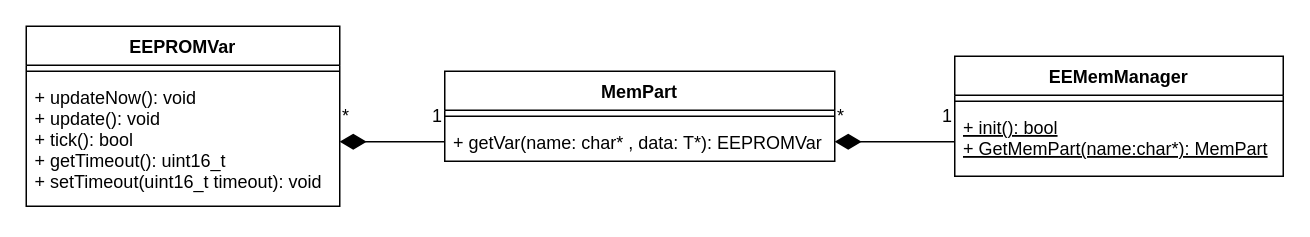
Earlier version of the draw.io diagram report/resources/sources/interface-cd.drawio (almiluk/bachelor_thesis). Source tidied: cells renumbered, new cells numbered last; positions are measured from the earlier drawing's top-left corner, leaving out a move shared by most shapes. Both pictures are drawn from the tidied source at 150%, with x=0, y=0 at pixel (26, 26).
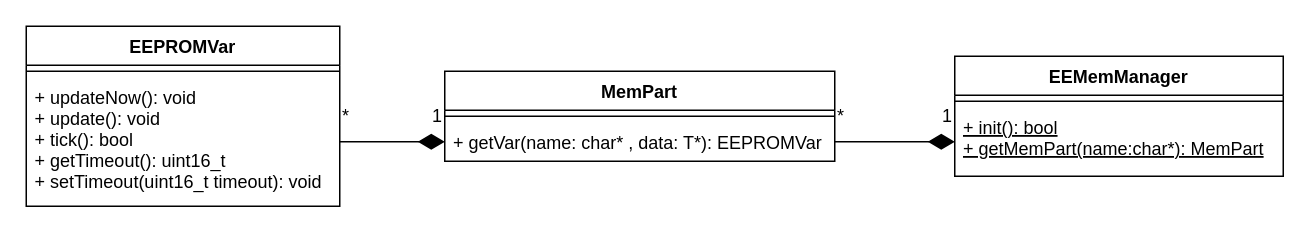
The same diagram, later.

Commit message (it also covers changes not shown here):
report: wtite aboute the need for interface improvements

Change to the diagram source:
```diff
@@
-<mxGraphModel background="#ffffff">
+<mxGraphModel>
   <root>
     <mxCell id="0" />
     <mxCell id="1" parent="0" />
     <mxCell id="2" value="EEPROMVar" style="swimlane;fontStyle=1;align=center;verticalAlign=top;horizontal=1;startSize=26;" parent="1" vertex="1">
       <mxGeometry width="209" height="120" as="geometry" />
     </mxCell>
     <mxCell id="3" style="line;strokeWidth=1;fillColor=none;align=left;verticalAlign=middle;spacingTop=-1;spacingLeft=3;spacingRight=3;labelPosition=right;" parent="2" vertex="1">
       <mxGeometry y="26" width="209" height="8" as="geometry" />
     </mxCell>
     <mxCell id="4" value="+ updateNow(): void&#10;+ update(): void&#10;+ tick(): bool&#10;+ getTimeout(): uint16_t&#10;+ setTimeout(uint16_t timeout): void " style="text;strokeColor=none;fillColor=none;align=left;verticalAlign=top;spacingLeft=4;spacingRight=4;overflow=hidden;points=[[0,0.5],[1,0.5]];portConstraint=eastwest;" parent="2" vertex="1">
       <mxGeometry y="34" width="209" height="86" as="geometry" />
     </mxCell>
     <mxCell id="5" value="MemPart" style="swimlane;fontStyle=1;align=center;verticalAlign=top;horizontal=1;startSize=26;" parent="1" vertex="1">
       <mxGeometry x="279" y="30" width="260" height="60" as="geometry" />
     </mxCell>
     <mxCell id="6" style="line;strokeWidth=1;fillColor=none;align=left;verticalAlign=middle;spacingTop=-1;spacingLeft=3;spacingRight=3;labelPosition=right;" parent="5" vertex="1">
       <mxGeometry y="26" width="260" height="8" as="geometry" />
     </mxCell>
     <mxCell id="7" value="+ getVar(name: char* , data: T*): EEPROMVar&#10;" style="text;strokeColor=none;fillColor=none;align=left;verticalAlign=top;spacingLeft=4;spacingRight=4;overflow=hidden;points=[[0,0.5],[1,0.5]];portConstraint=eastwest;" parent="5" vertex="1">
       <mxGeometry y="34" width="260" height="26" as="geometry" />
     </mxCell>
     <mxCell id="8" value="EEMemManager" style="swimlane;fontStyle=1;align=center;verticalAlign=top;horizontal=1;startSize=26;" parent="1" vertex="1">
       <mxGeometry x="619" y="20" width="219" height="80" as="geometry" />
     </mxCell>
     <mxCell id="9" style="line;strokeWidth=1;fillColor=none;align=left;verticalAlign=middle;spacingTop=-1;spacingLeft=3;spacingRight=3;labelPosition=right;" parent="8" vertex="1">
       <mxGeometry y="26" width="219" height="8" as="geometry" />
     </mxCell>
-    <mxCell id="10" value="+ init(): bool&#10;+ GetMemPart(name:char*): MemPart" style="text;strokeColor=none;fillColor=none;align=left;verticalAlign=top;spacingLeft=4;spacingRight=4;overflow=hidden;points=[[0,0.5],[1,0.5]];portConstraint=eastwest;fontStyle=4;" parent="8" vertex="1">
-      <mxGeometry y="34" width="219" height="46" as="geometry" />
-    </mxCell>
+    <mxCell id="17" value="+ init(): bool&#10;+ getMemPart(name:char*): MemPart" style="text;strokeColor=none;fillColor=none;align=left;verticalAlign=top;spacingLeft=4;spacingRight=4;overflow=hidden;points=[[0,0.5],[1,0.5]];portConstraint=eastwest;fontStyle=4;" parent="8" vertex="1">
+      <mxGeometry y="34" width="219" height="46" as="geometry" />
+    </mxCell>
-    <mxCell id="11" style="edgeStyle=none;rounded=0;jettySize=auto;html=1;exitX=0;exitY=0.5;exitDx=0;exitDy=0;entryX=1;entryY=0.5;entryDx=0;entryDy=0;startArrow=none;startFill=0;endArrow=diamondThin;endFill=1;startSize=6;endSize=15;" parent="1" edge="1" source="7" target="4">
+    <mxCell id="11" style="edgeStyle=none;rounded=0;jettySize=auto;html=1;exitX=0;exitY=0.5;exitDx=0;exitDy=0;entryX=1;entryY=0.5;entryDx=0;entryDy=0;startArrow=diamondThin;startFill=1;endArrow=none;endFill=0;startSize=15;endSize=15;" parent="1" edge="1" source="7" target="4">
       <mxGeometry relative="1" as="geometry" />
     </mxCell>
-    <mxCell id="12" style="edgeStyle=none;rounded=0;jettySize=auto;html=1;exitX=0;exitY=0.5;exitDx=0;exitDy=0;entryX=1;entryY=0.5;entryDx=0;entryDy=0;startArrow=none;startFill=0;startSize=6;endArrow=diamondThin;endFill=1;endSize=15;" parent="1" edge="1" source="10" target="7">
-      <mxGeometry relative="1" as="geometry" />
-    </mxCell>
-    <mxCell id="13" value="1" style="text;html=1;align=left;verticalAlign=top;spacingTop=-4;" parent="1" vertex="1">
-      <mxGeometry x="269" y="50" width="20" height="20" as="geometry" />
-    </mxCell>
-    <mxCell id="14" value="*" style="text;html=1;align=left;verticalAlign=top;spacingTop=-4;" parent="1" vertex="1">
-      <mxGeometry x="209" y="50" width="20" height="20" as="geometry" />
-    </mxCell>
-    <mxCell id="15" value="1" style="text;html=1;align=left;verticalAlign=top;spacingTop=-4;" parent="1" vertex="1">
-      <mxGeometry x="609" y="50" width="20" height="20" as="geometry" />
-    </mxCell>
-    <mxCell id="16" value="*" style="text;html=1;align=left;verticalAlign=top;spacingTop=-4;" parent="1" vertex="1">
-      <mxGeometry x="539" y="50" width="20" height="20" as="geometry" />
-    </mxCell>
+    <mxCell id="18" style="edgeStyle=none;rounded=0;jettySize=auto;html=1;exitX=0;exitY=0.5;exitDx=0;exitDy=0;entryX=1;entryY=0.5;entryDx=0;entryDy=0;startArrow=diamondThin;startFill=1;startSize=15;endArrow=none;endFill=0;endSize=15;" parent="1" edge="1" source="17" target="7">
+      <mxGeometry relative="1" as="geometry" />
+    </mxCell>
+    <mxCell id="19" value="1" style="text;html=1;align=left;verticalAlign=top;spacingTop=-4;" parent="1" vertex="1">
+      <mxGeometry x="269" y="50" width="20" height="20" as="geometry" />
+    </mxCell>
+    <mxCell id="20" value="*" style="text;html=1;align=left;verticalAlign=top;spacingTop=-4;" parent="1" vertex="1">
+      <mxGeometry x="209" y="50" width="20" height="20" as="geometry" />
+    </mxCell>
+    <mxCell id="21" value="1" style="text;html=1;align=left;verticalAlign=top;spacingTop=-4;" parent="1" vertex="1">
+      <mxGeometry x="609" y="50" width="20" height="20" as="geometry" />
+    </mxCell>
+    <mxCell id="22" value="*" style="text;html=1;align=left;verticalAlign=top;spacingTop=-4;" parent="1" vertex="1">
+      <mxGeometry x="539" y="50" width="20" height="20" as="geometry" />
+    </mxCell>
   </root>
 </mxGraphModel>
```
